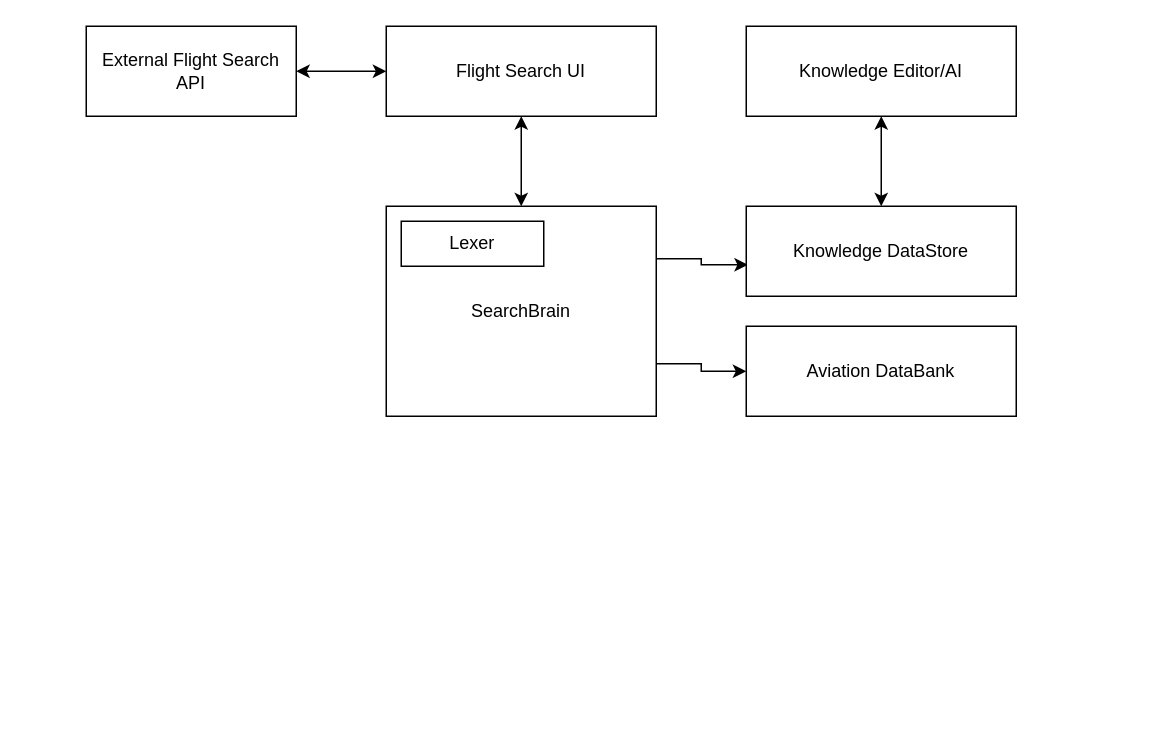
Above: Flight Search Components.drawio in igor1309/blog (draw.io), before the change. Source tidied: cells renumbered, new cells numbered last; positions are measured from the earlier drawing's top-left corner, leaving out a move shared by most shapes. Both pictures are drawn from the tidied source at 150%, with x=0, y=0 at pixel (86, 26).
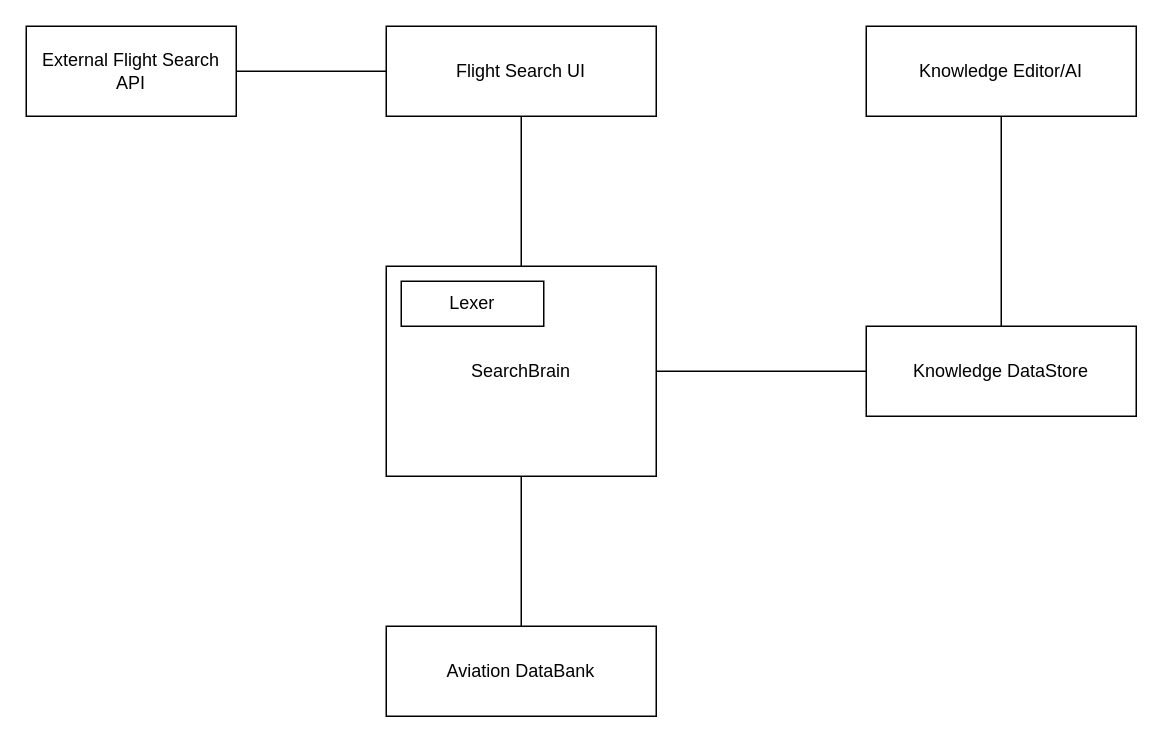
The same diagram, later.

What changed in the source:
```diff
@@
 <mxGraphModel>
   <root>
     <mxCell id="0" />
     <mxCell id="1" parent="0" />
-    <mxCell id="2" style="edgeStyle=orthogonalEdgeStyle;rounded=0;jettySize=auto;html=1;exitX=0.5;exitY=1;exitDx=0;exitDy=0;entryX=0.5;entryY=0;entryDx=0;entryDy=0;startArrow=classic;startFill=1;endArrow=classic;endFill=1;" parent="1" edge="1" source="4" target="7">
+    <mxCell id="2" style="edgeStyle=orthogonalEdgeStyle;rounded=0;jettySize=auto;html=1;exitX=0.5;exitY=1;exitDx=0;exitDy=0;entryX=0.5;entryY=0;entryDx=0;entryDy=0;startArrow=none;startFill=0;endArrow=none;endFill=0;" parent="1" edge="1" source="4" target="7">
       <mxGeometry relative="1" as="geometry" />
     </mxCell>
-    <mxCell id="3" style="rounded=0;jettySize=auto;html=1;exitX=0;exitY=0.5;exitDx=0;exitDy=0;entryX=1;entryY=0.5;entryDx=0;entryDy=0;startArrow=classic;startFill=1;" parent="1" edge="1" source="4" target="10">
+    <mxCell id="3" style="rounded=0;jettySize=auto;html=1;exitX=0;exitY=0.5;exitDx=0;exitDy=0;entryX=1;entryY=0.5;entryDx=0;entryDy=0;startArrow=none;startFill=0;endArrow=none;endFill=0;" parent="1" edge="1" source="4" target="10">
       <mxGeometry relative="1" as="geometry" />
     </mxCell>
     <mxCell id="4" value="Flight Search UI" style="rounded=0;whiteSpace=wrap;html=1;" parent="1" vertex="1">
       <mxGeometry x="200" width="180" height="60" as="geometry" />
     </mxCell>
-    <mxCell id="5" style="edgeStyle=orthogonalEdgeStyle;rounded=0;jettySize=auto;html=1;exitX=1;exitY=0.75;exitDx=0;exitDy=0;entryX=0;entryY=0.5;entryDx=0;entryDy=0;" parent="1" edge="1" source="7" target="9">
-      <mxGeometry relative="1" as="geometry" />
+    <mxCell id="5" style="edgeStyle=orthogonalEdgeStyle;rounded=0;jettySize=auto;html=1;exitX=0.5;exitY=1;exitDx=0;exitDy=0;entryX=0.5;entryY=0;entryDx=0;entryDy=0;startArrow=none;startFill=0;endArrow=none;endFill=0;" parent="1" edge="1" source="7" target="9">
+      <mxGeometry relative="1" as="geometry">
+        <Array as="points">
+          <mxPoint x="290" y="350" />
+          <mxPoint x="290" y="350" />
+        </Array>
+      </mxGeometry>
     </mxCell>
-    <mxCell id="6" style="edgeStyle=orthogonalEdgeStyle;rounded=0;jettySize=auto;html=1;exitX=1;exitY=0.25;exitDx=0;exitDy=0;entryX=0.006;entryY=0.65;entryDx=0;entryDy=0;entryPerimeter=0;" parent="1" edge="1" source="7" target="12">
+    <mxCell id="6" style="edgeStyle=orthogonalEdgeStyle;rounded=0;jettySize=auto;html=1;entryX=0;entryY=0.5;entryDx=0;entryDy=0;startArrow=none;startFill=0;endArrow=none;endFill=0;" parent="1" edge="1" source="7" target="12">
       <mxGeometry relative="1" as="geometry" />
     </mxCell>
     <mxCell id="7" value="SearchBrain" style="rounded=0;whiteSpace=wrap;html=1;" parent="1" vertex="1">
-      <mxGeometry x="200" y="120" width="180" height="140" as="geometry" />
+      <mxGeometry x="200" y="160" width="180" height="140" as="geometry" />
     </mxCell>
     <mxCell id="8" value="Lexer" style="rounded=0;whiteSpace=wrap;html=1;" parent="1" vertex="1">
-      <mxGeometry x="210" y="130" width="95" height="30" as="geometry" />
+      <mxGeometry x="210" y="170" width="95" height="30" as="geometry" />
     </mxCell>
     <mxCell id="9" value="Aviation DataBank" style="rounded=0;whiteSpace=wrap;html=1;" parent="1" vertex="1">
-      <mxGeometry x="440" y="200" width="180" height="60" as="geometry" />
+      <mxGeometry x="200" y="400" width="180" height="60" as="geometry" />
     </mxCell>
     <mxCell id="10" value="External Flight Search API" style="rounded=0;whiteSpace=wrap;html=1;" parent="1" vertex="1">
-      <mxGeometry width="140" height="60" as="geometry" />
+      <mxGeometry x="-40" width="140" height="60" as="geometry" />
     </mxCell>
-    <mxCell id="11" style="edgeStyle=orthogonalEdgeStyle;rounded=0;jettySize=auto;html=1;exitX=0.5;exitY=0;exitDx=0;exitDy=0;entryX=0.5;entryY=1;entryDx=0;entryDy=0;startArrow=classic;startFill=1;" parent="1" edge="1" source="12" target="13">
+    <mxCell id="11" style="edgeStyle=orthogonalEdgeStyle;rounded=0;jettySize=auto;html=1;exitX=0.5;exitY=0;exitDx=0;exitDy=0;entryX=0.5;entryY=1;entryDx=0;entryDy=0;startArrow=none;startFill=0;endArrow=none;endFill=0;" parent="1" edge="1" source="12" target="13">
       <mxGeometry relative="1" as="geometry" />
     </mxCell>
     <mxCell id="12" value="Knowledge DataStore" style="rounded=0;whiteSpace=wrap;html=1;" parent="1" vertex="1">
-      <mxGeometry x="440" y="120" width="180" height="60" as="geometry" />
+      <mxGeometry x="520" y="200" width="180" height="60" as="geometry" />
     </mxCell>
     <mxCell id="13" value="Knowledge Editor/AI" style="rounded=0;whiteSpace=wrap;html=1;" parent="1" vertex="1">
-      <mxGeometry x="440" width="180" height="60" as="geometry" />
+      <mxGeometry x="520" width="180" height="60" as="geometry" />
     </mxCell>
   </root>
 </mxGraphModel>
```
